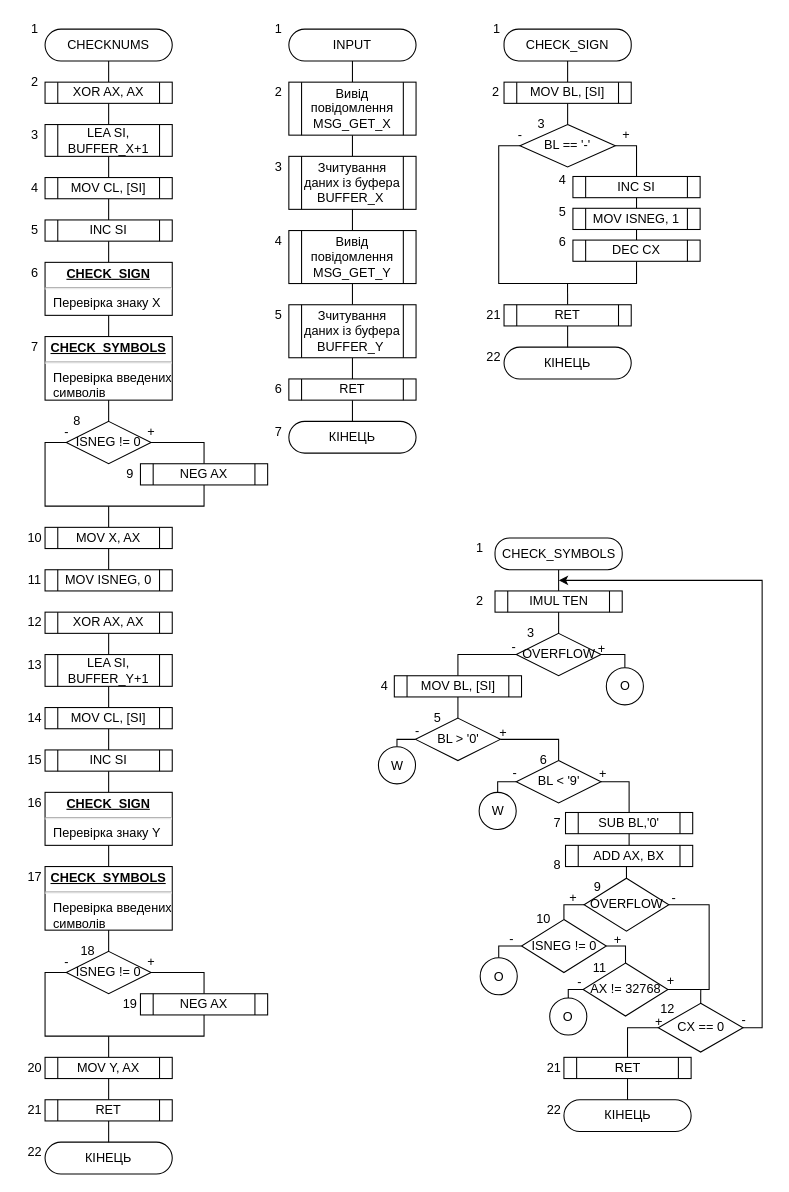
Earlier version of the draw.io diagram block_schemes/Lab3_Inpup_check.drawio (MilaHalko/Assembler-Labs). Source tidied: cells renumbered, new cells numbered last; positions are measured from the earlier drawing's top-left corner, leaving out a move shared by most shapes. Both pictures are drawn from the tidied source at 106%, with x=0, y=0 at pixel (18, 18).
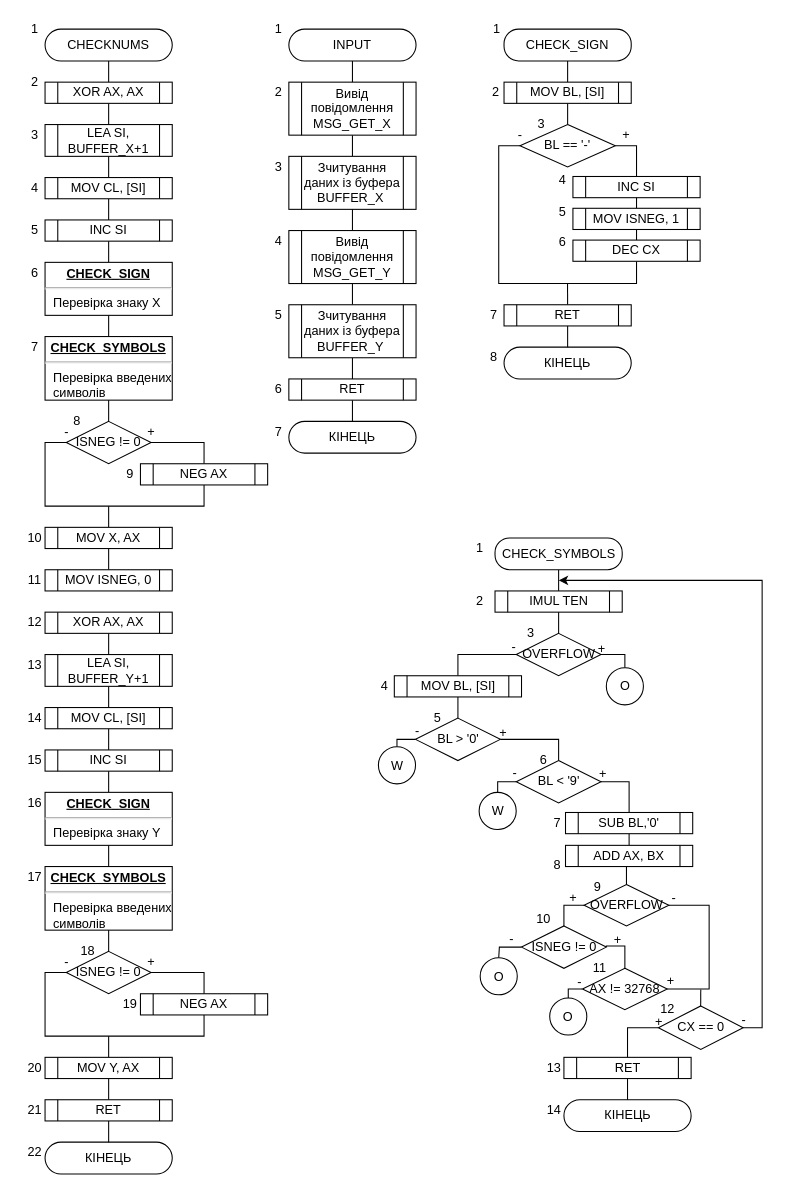
After the change.

The edit, as a diff of the source:
```diff
@@
-    <mxCell id="111" style="edgeStyle=orthogonalEdgeStyle;rounded=0;jettySize=auto;html=1;exitX=0;exitY=0.5;exitDx=0;exitDy=0;endArrow=none;endFill=0;" parent="1" edge="1" source="112">
+    <mxCell id="111" style="edgeStyle=orthogonalEdgeStyle;rounded=0;jettySize=auto;html=1;exitX=0;exitY=0.5;exitDx=0;exitDy=0;endArrow=none;endFill=0;entryX=0.5;entryY=0;entryDx=0;entryDy=0;" parent="1" edge="1" source="112" target="118">
       <mxGeometry relative="1" as="geometry">
-        <mxPoint x="514.5" y="850" as="targetPoint" />
         <Array as="points">
-          <mxPoint x="514.5" y="836" />
+          <mxPoint x="515" y="837" />
         </Array>
       </mxGeometry>
     </mxCell>
     <mxCell id="112" value="OVERFLOW" style="rhombus;whiteSpace=wrap;html=1;" parent="1" vertex="1">
-      <mxGeometry x="533.5" y="811" width="80" height="50" as="geometry" />
+      <mxGeometry x="533.5" y="817" width="80" height="39" as="geometry" />
     </mxCell>
@@
     <mxCell id="118" value="ISNEG != 0" style="rhombus;whiteSpace=wrap;html=1;" parent="1" vertex="1">
-      <mxGeometry x="474.5" y="850" width="80" height="50" as="geometry" />
+      <mxGeometry x="474.5" y="856" width="80" height="40" as="geometry" />
     </mxCell>
     <mxCell id="119" value="AX != 32768" style="rhombus;whiteSpace=wrap;html=1;" parent="1" vertex="1">
-      <mxGeometry x="532.6" y="891" width="80" height="50" as="geometry" />
+      <mxGeometry x="532" y="896" width="80" height="39" as="geometry" />
     </mxCell>
@@
     <mxCell id="124" value="CX == 0" style="rhombus;whiteSpace=wrap;html=1;" parent="1" vertex="1">
-      <mxGeometry x="603.5" y="929" width="80" height="46" as="geometry" />
+      <mxGeometry x="603.6" y="931.5" width="80" height="41" as="geometry" />
     </mxCell>
@@
-    <mxCell id="171" value="21" style="text;html=1;align=center;verticalAlign=middle;strokeColor=none;fillColor=none;" parent="1" vertex="1">
-      <mxGeometry x="433" y="270" width="30" height="20" as="geometry" />
+    <mxCell id="171" value="7" style="text;html=1;align=center;verticalAlign=middle;strokeColor=none;fillColor=none;" parent="1" vertex="1">
+      <mxGeometry x="438" y="270" width="20" height="20" as="geometry" />
     </mxCell>
@@
-    <mxCell id="175" value="22" style="text;html=1;align=center;verticalAlign=middle;strokeColor=none;fillColor=none;" parent="1" vertex="1">
-      <mxGeometry x="433" y="310" width="30" height="20" as="geometry" />
+    <mxCell id="175" value="8" style="text;html=1;align=center;verticalAlign=middle;strokeColor=none;fillColor=none;" parent="1" vertex="1">
+      <mxGeometry x="438" y="310" width="20" height="20" as="geometry" />
     </mxCell>
@@
-    <mxCell id="177" value="21" style="text;html=1;align=center;verticalAlign=middle;strokeColor=none;fillColor=none;" parent="1" vertex="1">
+    <mxCell id="177" value="13" style="text;html=1;align=center;verticalAlign=middle;strokeColor=none;fillColor=none;" parent="1" vertex="1">
       <mxGeometry x="489.5" y="980" width="30" height="20" as="geometry" />
     </mxCell>
@@
-    <mxCell id="181" value="22" style="text;html=1;align=center;verticalAlign=middle;strokeColor=none;fillColor=none;" parent="1" vertex="1">
+    <mxCell id="181" value="14" style="text;html=1;align=center;verticalAlign=middle;strokeColor=none;fillColor=none;" parent="1" vertex="1">
       <mxGeometry x="489.5" y="1020" width="30" height="20" as="geometry" />
     </mxCell>
```
